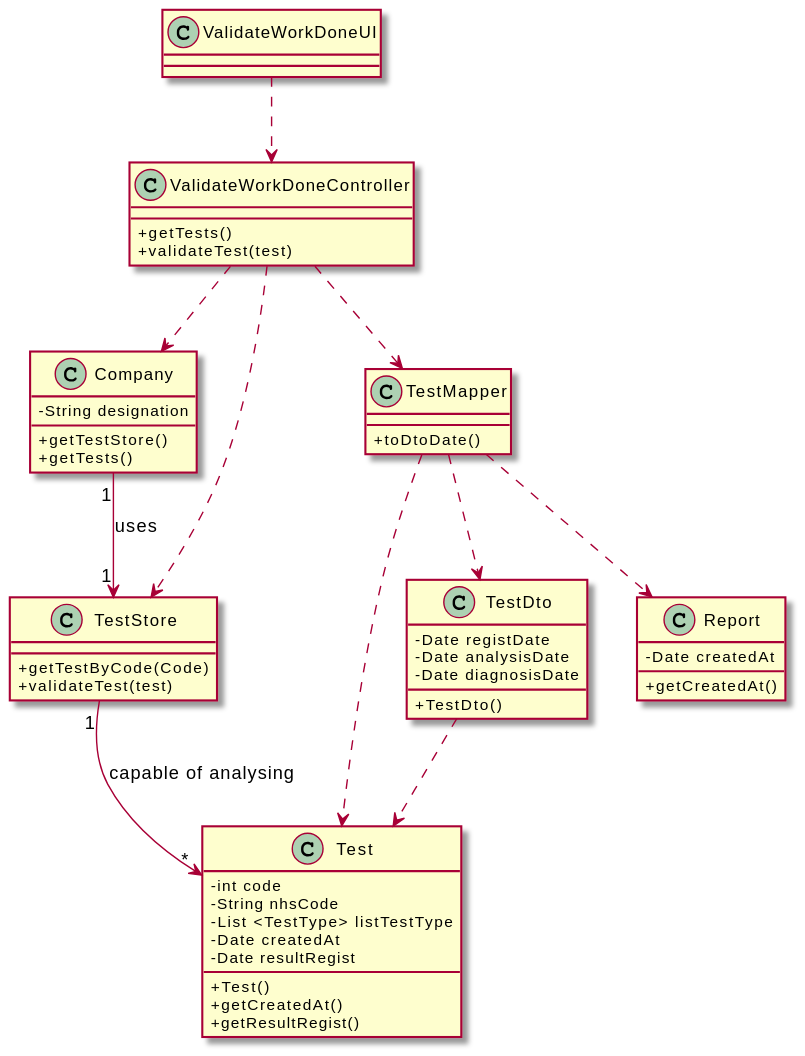
Pedromaia26/LAPR2-ISEP keeps this PlantUML diagram as docs/SprintC/US15_ValidateTheWorkDone/US15_CD.svg. Above is the earlier version.
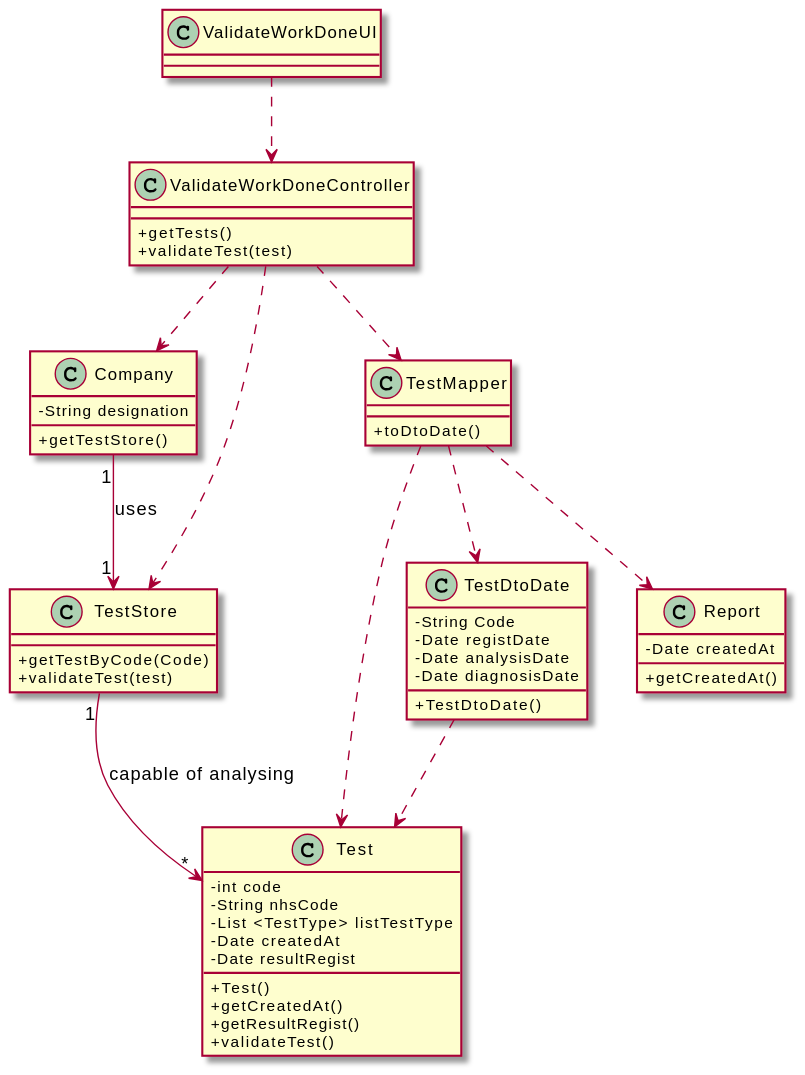
Later version of the same file.

Diff of the diagram source:
```diff
@@ -5,7 +5,6 @@
 {
   -String designation
   +getTestStore()
-  +getTests()
 }
 
 
@@ -18,6 +17,7 @@
   +Test()
   +getCreatedAt()
   +getResultRegist()
+  +validateTest()
 }
 
 class TestStore {
@@ -39,11 +39,12 @@
    +toDtoDate()
 }
 
-class TestDto {
+class TestDtoDate {
+  -String Code
   -Date registDate
   -Date analysisDate
   -Date diagnosisDate
-  +TestDto()
+  +TestDtoDate()
 }
 class Report {
   -Date createdAt
@@ -56,9 +57,9 @@
 ValidateWorkDoneController ..> Company
 ValidateWorkDoneController ..> TestMapper
 TestMapper ..> Test
-TestMapper ..> TestDto
+TestMapper ..> TestDtoDate
 TestMapper ..> Report
-TestDto ..> Test
+TestDtoDate ..> Test
 TestStore "1" --> "*" Test : capable of analysing
 Company "1" --> "1" TestStore : uses
 @enduml
```
